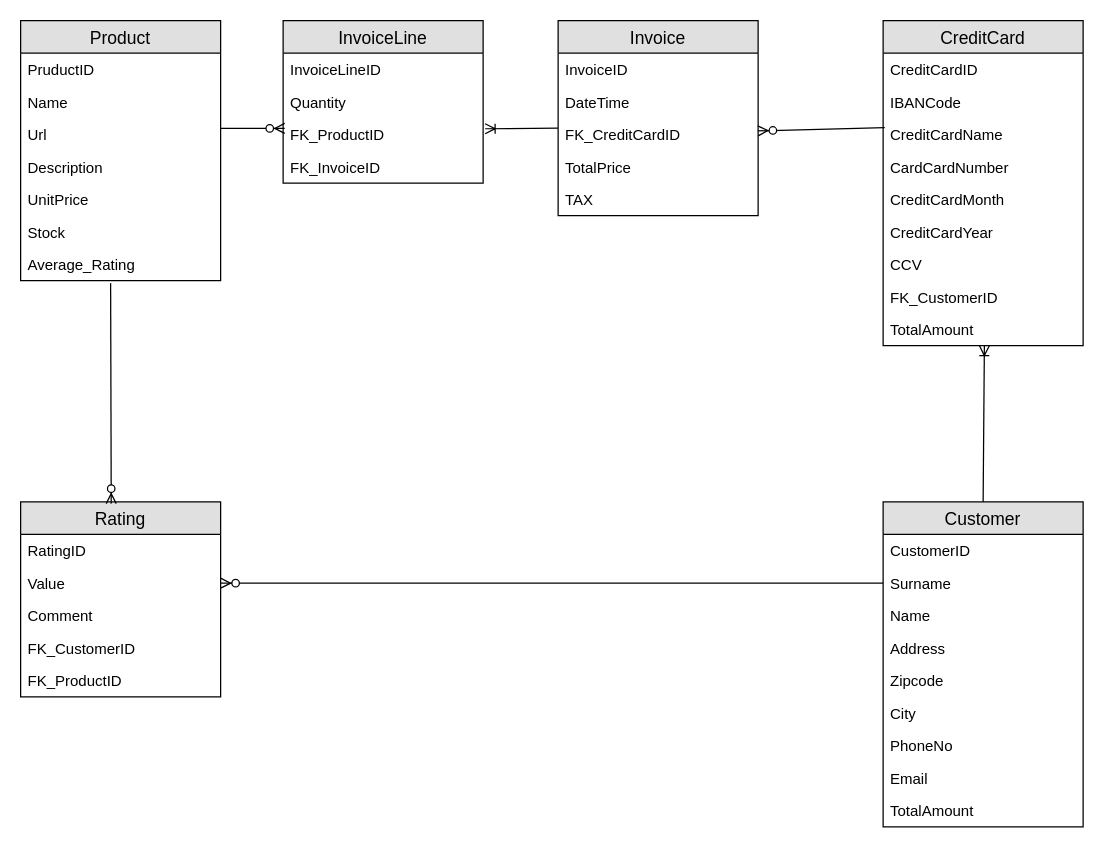
Earlier version of the draw.io diagram Database/ER_Diagram.drawio (Jane1979/Database). Source tidied: cells renumbered, new cells numbered last; positions are measured from the earlier drawing's top-left corner, leaving out a move shared by most shapes. Both pictures are drawn from the tidied source at 125%, with x=0, y=0 at pixel (20, 20).
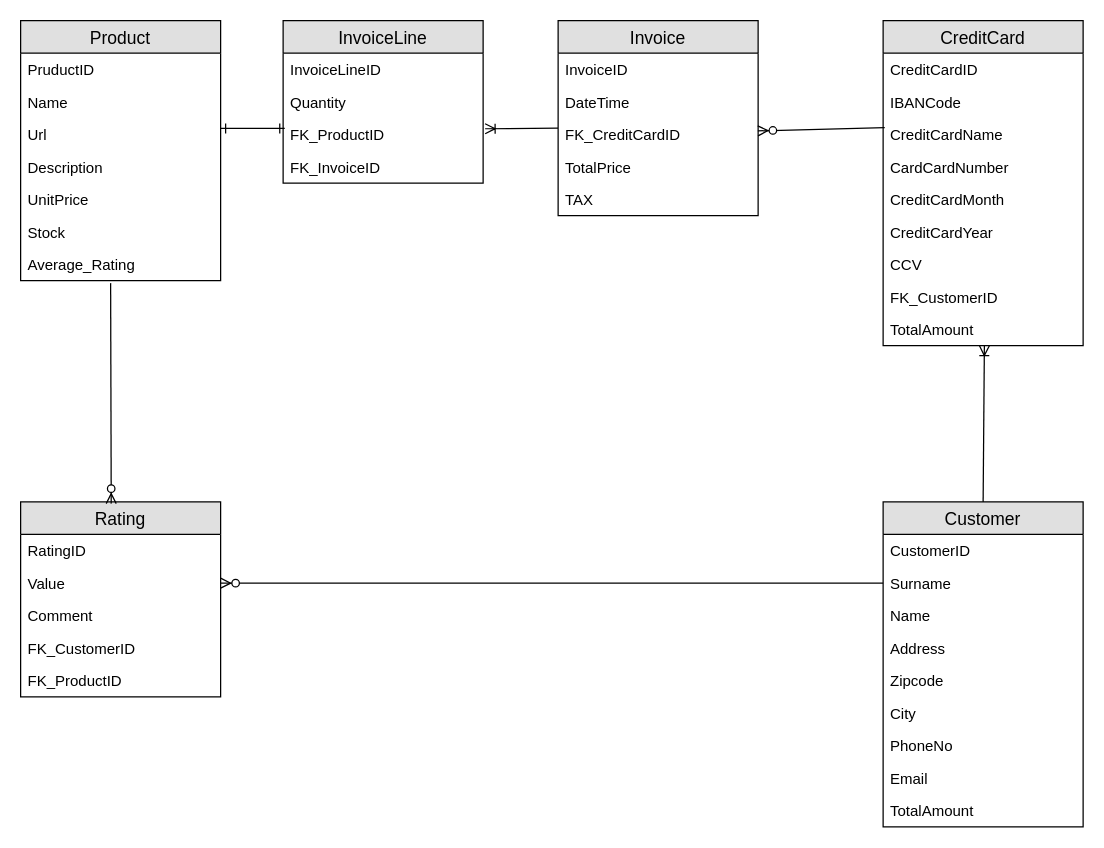
The same diagram, later.

Change to the diagram source:
```diff
@@
-    <mxCell id="50" style="fontSize=12;html=1;endArrow=ERzeroToMany;strokeWidth=1;exitX=1;exitY=0.97;exitDx=0;exitDy=0;entryX=0.008;entryY=-0.03;entryDx=0;entryDy=0;endFill=1;entryPerimeter=0;exitPerimeter=0;" parent="1" edge="1">
+    <mxCell id="50" style="fontSize=12;html=1;endArrow=ERone;strokeWidth=1;exitX=1;exitY=0.97;exitDx=0;exitDy=0;entryX=0.008;entryY=-0.03;entryDx=0;entryDy=0;endFill=0;entryPerimeter=0;exitPerimeter=0;startArrow=ERone;startFill=0;" parent="1" edge="1">
       <mxGeometry relative="1" as="geometry">
         <mxPoint x="160" y="86.2" as="sourcePoint" />
         <mxPoint x="211.3" y="86.2" as="targetPoint" />
       </mxGeometry>
     </mxCell>
```
